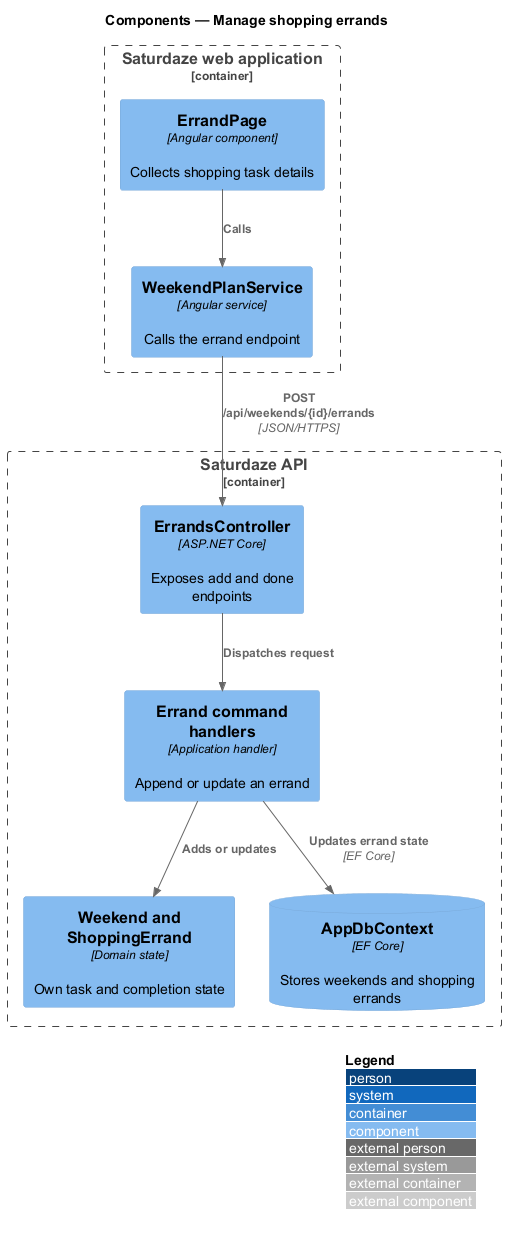
Before: docs/detailed-designs/weekend-planning/manage-shopping-errands/diagrams/c4-component.png, a diagram exported from PlantUML (QuinntyneBrown/saturdaze). Source of this version:
```plantuml
@startuml
!include <C4/C4_Component>
LAYOUT_WITH_LEGEND()
title Components — Manage shopping errands

Container_Boundary(web, "Saturdaze web application") {
  Component(page, "ErrandPage", "Angular component", "Collects shopping task details")
  Component(client, "WeekendPlanService", "Angular service", "Calls the errand endpoint")
}
Container_Boundary(api, "Saturdaze API") {
  Component(controller, "ErrandsController", "ASP.NET Core", "Exposes add and done endpoints")
  Component(handler, "Errand command handlers", "Application handler", "Append or update an errand")
  Component(entity, "Weekend and ShoppingErrand", "Domain state", "Own task and completion state")
  ComponentDb(db, "AppDbContext", "EF Core", "Stores weekends and shopping errands")
}
Rel(page, client, "Calls")
Rel(client, controller, "POST /api/weekends/{id}/errands", "JSON/HTTPS")
Rel(controller, handler, "Dispatches request")
Rel(handler, entity, "Adds or updates")
Rel(handler, db, "Updates errand state", "EF Core")
@enduml
```
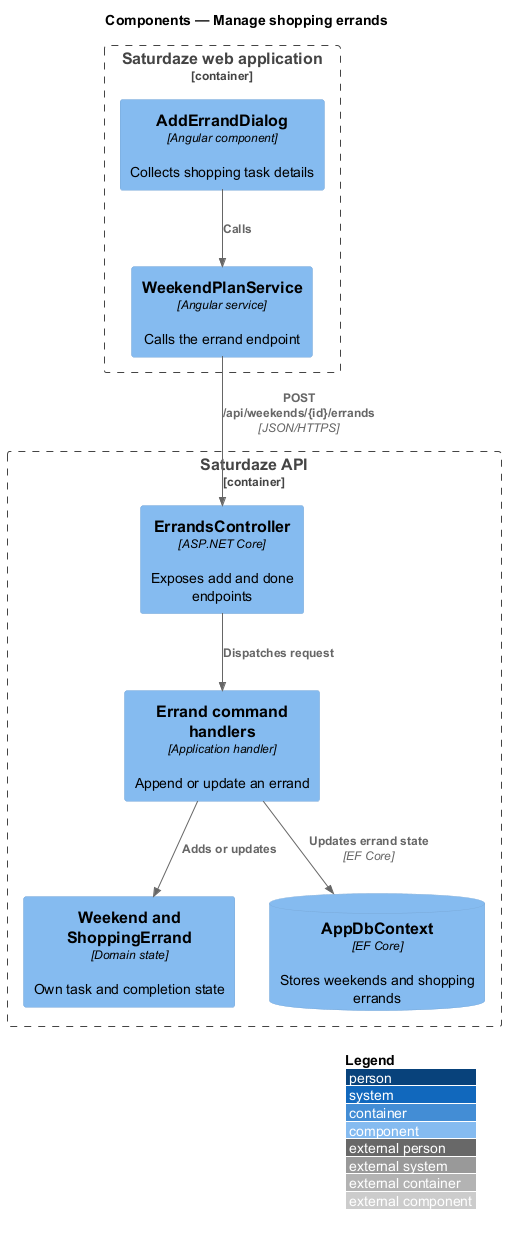
Above is the later version.

The edit, as a diff of the source:
```diff
@@ -4,7 +4,7 @@
 title Components — Manage shopping errands
 
 Container_Boundary(web, "Saturdaze web application") {
-  Component(page, "ErrandPage", "Angular component", "Collects shopping task details")
+  Component(page, "AddErrandDialog", "Angular component", "Collects shopping task details")
   Component(client, "WeekendPlanService", "Angular service", "Calls the errand endpoint")
 }
 Container_Boundary(api, "Saturdaze API") {
```
